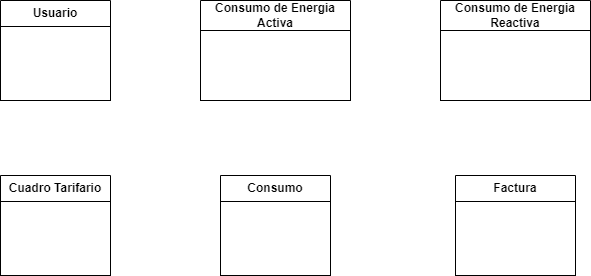
Earlier version of the draw.io export 15 - Distribuidora Electrica/img/Clases.png (UnMatesito/OO1). Source tidied: cells renumbered, new cells last; positions are measured from the earlier drawing's top-left corner, leaving out a move shared by most shapes. The source it was exported from:
```xml
<mxGraphModel>
  <root>
    <mxCell id="0" />
    <mxCell id="1" parent="0" />
    <mxCell id="2" value="&lt;b&gt;Usuario&lt;/b&gt;" style="swimlane;fontStyle=0;horizontal=1;startSize=26;fillColor=default;whiteSpace=wrap;html=1;" parent="1" vertex="1">
      <mxGeometry width="110" height="100" as="geometry" />
    </mxCell>
    <mxCell id="3" style="text;strokeColor=default;fillColor=default;align=left;verticalAlign=top;spacingLeft=8;spacingRight=4;overflow=hidden;whiteSpace=wrap;html=1;spacingTop=3;spacing=2;" parent="2" vertex="1">
      <mxGeometry y="26" width="110" height="74" as="geometry" />
    </mxCell>
    <mxCell id="4" value="&lt;b&gt;Consumo de Energia Activa&lt;/b&gt;" style="swimlane;fontStyle=0;horizontal=1;startSize=30;fillColor=default;whiteSpace=wrap;html=1;" parent="1" vertex="1">
      <mxGeometry x="200" width="150" height="100" as="geometry" />
    </mxCell>
    <mxCell id="5" style="text;strokeColor=default;fillColor=default;align=left;verticalAlign=top;spacingLeft=8;spacingRight=4;overflow=hidden;whiteSpace=wrap;html=1;spacingTop=3;spacing=2;" parent="4" vertex="1">
      <mxGeometry y="30" width="150" height="70" as="geometry" />
    </mxCell>
    <mxCell id="6" value="&lt;b&gt;Consumo de Energia Reactiva&lt;/b&gt;" style="swimlane;fontStyle=0;horizontal=1;startSize=30;fillColor=default;whiteSpace=wrap;html=1;" parent="1" vertex="1">
      <mxGeometry x="440" width="150" height="100" as="geometry" />
    </mxCell>
    <mxCell id="7" style="text;strokeColor=default;fillColor=default;align=left;verticalAlign=top;spacingLeft=8;spacingRight=4;overflow=hidden;whiteSpace=wrap;html=1;spacingTop=3;spacing=2;" parent="6" vertex="1">
      <mxGeometry y="30" width="150" height="70" as="geometry" />
    </mxCell>
    <mxCell id="8" value="&lt;b&gt;Cuadro Tarifario&lt;/b&gt;" style="swimlane;fontStyle=0;horizontal=1;startSize=26;fillColor=default;whiteSpace=wrap;html=1;" parent="1" vertex="1">
      <mxGeometry y="175" width="110" height="100" as="geometry" />
    </mxCell>
    <mxCell id="9" style="text;strokeColor=default;fillColor=default;align=left;verticalAlign=top;spacingLeft=8;spacingRight=4;overflow=hidden;whiteSpace=wrap;html=1;spacingTop=3;spacing=2;" parent="8" vertex="1">
      <mxGeometry y="26" width="110" height="74" as="geometry" />
    </mxCell>
    <mxCell id="10" value="&lt;b&gt;Factura&lt;/b&gt;" style="swimlane;fontStyle=0;horizontal=1;startSize=26;fillColor=default;whiteSpace=wrap;html=1;" parent="1" vertex="1">
      <mxGeometry x="455" y="175" width="120" height="100" as="geometry" />
    </mxCell>
    <mxCell id="11" style="text;strokeColor=default;fillColor=default;align=left;verticalAlign=top;spacingLeft=8;spacingRight=4;overflow=hidden;whiteSpace=wrap;html=1;spacingTop=3;spacing=2;" parent="10" vertex="1">
      <mxGeometry y="26" width="120" height="74" as="geometry" />
    </mxCell>
    <mxCell id="12" value="&lt;b&gt;Consumo&lt;/b&gt;" style="swimlane;fontStyle=0;horizontal=1;startSize=26;fillColor=default;whiteSpace=wrap;html=1;" parent="1" vertex="1">
      <mxGeometry x="220" y="175" width="110" height="100" as="geometry" />
    </mxCell>
    <mxCell id="13" style="text;strokeColor=default;fillColor=default;align=left;verticalAlign=top;spacingLeft=8;spacingRight=4;overflow=hidden;whiteSpace=wrap;html=1;spacingTop=3;spacing=2;" parent="12" vertex="1">
      <mxGeometry y="26" width="110" height="74" as="geometry" />
    </mxCell>
  </root>
</mxGraphModel>
```
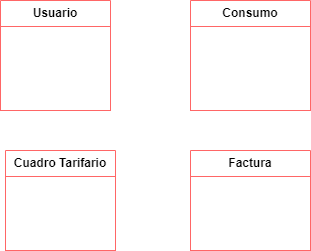
The same file after the commit.

Change to the diagram source:
```diff
@@ -2,41 +2,29 @@
   <root>
     <mxCell id="0" />
     <mxCell id="1" parent="0" />
-    <mxCell id="2" value="&lt;b&gt;Usuario&lt;/b&gt;" style="swimlane;fontStyle=0;horizontal=1;startSize=26;fillColor=default;whiteSpace=wrap;html=1;" parent="1" vertex="1">
-      <mxGeometry width="110" height="100" as="geometry" />
+    <mxCell id="2" value="&lt;b&gt;Usuario&lt;/b&gt;" style="swimlane;fontStyle=0;horizontal=1;startSize=26;fillColor=default;whiteSpace=wrap;html=1;strokeColor=#FF6666;" parent="1" vertex="1">
+      <mxGeometry x="300" y="-90" width="110" height="110" as="geometry" />
     </mxCell>
-    <mxCell id="3" style="text;strokeColor=default;fillColor=default;align=left;verticalAlign=top;spacingLeft=8;spacingRight=4;overflow=hidden;whiteSpace=wrap;html=1;spacingTop=3;spacing=2;" parent="2" vertex="1">
-      <mxGeometry y="26" width="110" height="74" as="geometry" />
+    <mxCell id="3" style="text;strokeColor=#FF6666;fillColor=default;align=left;verticalAlign=top;spacingLeft=8;spacingRight=4;overflow=hidden;whiteSpace=wrap;html=1;spacingTop=3;spacing=2;" parent="2" vertex="1">
+      <mxGeometry y="26" width="110" height="84" as="geometry" />
     </mxCell>
-    <mxCell id="4" value="&lt;b&gt;Consumo de Energia Activa&lt;/b&gt;" style="swimlane;fontStyle=0;horizontal=1;startSize=30;fillColor=default;whiteSpace=wrap;html=1;" parent="1" vertex="1">
-      <mxGeometry x="200" width="150" height="100" as="geometry" />
-    </mxCell>
-    <mxCell id="5" style="text;strokeColor=default;fillColor=default;align=left;verticalAlign=top;spacingLeft=8;spacingRight=4;overflow=hidden;whiteSpace=wrap;html=1;spacingTop=3;spacing=2;" parent="4" vertex="1">
-      <mxGeometry y="30" width="150" height="70" as="geometry" />
-    </mxCell>
-    <mxCell id="6" value="&lt;b&gt;Consumo de Energia Reactiva&lt;/b&gt;" style="swimlane;fontStyle=0;horizontal=1;startSize=30;fillColor=default;whiteSpace=wrap;html=1;" parent="1" vertex="1">
-      <mxGeometry x="440" width="150" height="100" as="geometry" />
-    </mxCell>
-    <mxCell id="7" style="text;strokeColor=default;fillColor=default;align=left;verticalAlign=top;spacingLeft=8;spacingRight=4;overflow=hidden;whiteSpace=wrap;html=1;spacingTop=3;spacing=2;" parent="6" vertex="1">
-      <mxGeometry y="30" width="150" height="70" as="geometry" />
-    </mxCell>
-    <mxCell id="8" value="&lt;b&gt;Cuadro Tarifario&lt;/b&gt;" style="swimlane;fontStyle=0;horizontal=1;startSize=26;fillColor=default;whiteSpace=wrap;html=1;" parent="1" vertex="1">
-      <mxGeometry y="175" width="110" height="100" as="geometry" />
+    <mxCell id="8" value="&lt;b&gt;Cuadro Tarifario&lt;/b&gt;" style="swimlane;fontStyle=0;horizontal=1;startSize=26;fillColor=default;whiteSpace=wrap;html=1;strokeColor=#FF6666;" parent="1" vertex="1">
+      <mxGeometry x="305" y="60" width="110" height="100" as="geometry" />
     </mxCell>
-    <mxCell id="9" style="text;strokeColor=default;fillColor=default;align=left;verticalAlign=top;spacingLeft=8;spacingRight=4;overflow=hidden;whiteSpace=wrap;html=1;spacingTop=3;spacing=2;" parent="8" vertex="1">
+    <mxCell id="9" style="text;strokeColor=#FF6666;fillColor=default;align=left;verticalAlign=top;spacingLeft=8;spacingRight=4;overflow=hidden;whiteSpace=wrap;html=1;spacingTop=3;spacing=2;" parent="8" vertex="1">
       <mxGeometry y="26" width="110" height="74" as="geometry" />
     </mxCell>
-    <mxCell id="10" value="&lt;b&gt;Factura&lt;/b&gt;" style="swimlane;fontStyle=0;horizontal=1;startSize=26;fillColor=default;whiteSpace=wrap;html=1;" parent="1" vertex="1">
-      <mxGeometry x="455" y="175" width="120" height="100" as="geometry" />
+    <mxCell id="10" value="&lt;b&gt;Factura&lt;/b&gt;" style="swimlane;fontStyle=0;horizontal=1;startSize=26;fillColor=default;whiteSpace=wrap;html=1;strokeColor=#FF6666;" parent="1" vertex="1">
+      <mxGeometry x="490" y="60" width="120" height="100" as="geometry" />
     </mxCell>
-    <mxCell id="11" style="text;strokeColor=default;fillColor=default;align=left;verticalAlign=top;spacingLeft=8;spacingRight=4;overflow=hidden;whiteSpace=wrap;html=1;spacingTop=3;spacing=2;" parent="10" vertex="1">
+    <mxCell id="11" style="text;strokeColor=#FF6666;fillColor=default;align=left;verticalAlign=top;spacingLeft=8;spacingRight=4;overflow=hidden;whiteSpace=wrap;html=1;spacingTop=3;spacing=2;" parent="10" vertex="1">
       <mxGeometry y="26" width="120" height="74" as="geometry" />
     </mxCell>
-    <mxCell id="12" value="&lt;b&gt;Consumo&lt;/b&gt;" style="swimlane;fontStyle=0;horizontal=1;startSize=26;fillColor=default;whiteSpace=wrap;html=1;" parent="1" vertex="1">
-      <mxGeometry x="220" y="175" width="110" height="100" as="geometry" />
+    <mxCell id="12" value="&lt;b&gt;Consumo&lt;/b&gt;" style="swimlane;fontStyle=0;horizontal=1;startSize=26;fillColor=default;whiteSpace=wrap;html=1;strokeColor=#FF6666;" parent="1" vertex="1">
+      <mxGeometry x="490" y="-90" width="120" height="110" as="geometry" />
     </mxCell>
-    <mxCell id="13" style="text;strokeColor=default;fillColor=default;align=left;verticalAlign=top;spacingLeft=8;spacingRight=4;overflow=hidden;whiteSpace=wrap;html=1;spacingTop=3;spacing=2;" parent="12" vertex="1">
-      <mxGeometry y="26" width="110" height="74" as="geometry" />
+    <mxCell id="13" value="&lt;div&gt;&lt;br&gt;&lt;/div&gt;" style="text;strokeColor=#FF6666;fillColor=default;align=left;verticalAlign=top;spacingLeft=8;spacingRight=4;overflow=hidden;whiteSpace=wrap;html=1;spacingTop=3;spacing=2;" parent="12" vertex="1">
+      <mxGeometry y="26" width="120" height="84" as="geometry" />
     </mxCell>
   </root>
 </mxGraphModel>
```
